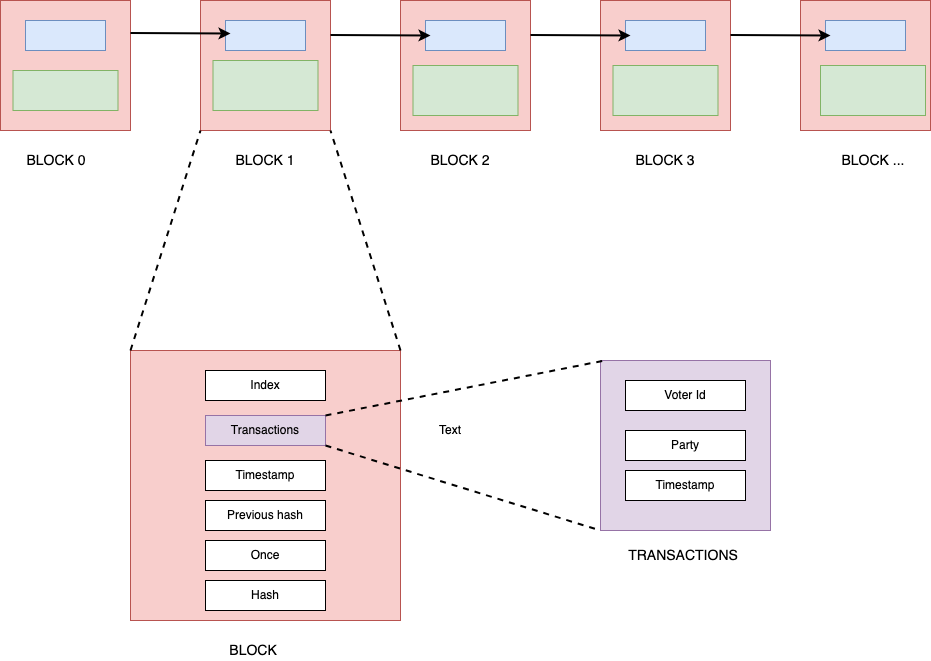
The draw.io diagram screenshots/structure.png in ramesh-adhikari/E-voting-system-using-blockchain-and-python, before a commit. Source tidied: cells renumbered, new cells last; positions are measured from the earlier drawing's top-left corner, leaving out a move shared by most shapes. Source of this version:
```xml
<mxGraphModel>
  <root>
    <mxCell id="0" />
    <mxCell id="1" parent="0" />
    <mxCell id="2" style="whiteSpace=wrap;html=1;fillColor=#f8cecc;strokeColor=#b85450;" parent="1" vertex="1">
      <mxGeometry width="130" height="130" as="geometry" />
    </mxCell>
    <mxCell id="3" style="rounded=0;whiteSpace=wrap;html=1;fillColor=#d5e8d4;strokeColor=#82b366;" parent="1" vertex="1">
      <mxGeometry x="12.5" y="70" width="105" height="40" as="geometry" />
    </mxCell>
    <mxCell id="4" style="rounded=0;whiteSpace=wrap;html=1;fillColor=#dae8fc;strokeColor=#6c8ebf;" parent="1" vertex="1">
      <mxGeometry x="25" y="20" width="80" height="30" as="geometry" />
    </mxCell>
    <mxCell id="5" style="whiteSpace=wrap;html=1;fillColor=#f8cecc;strokeColor=#b85450;" parent="1" vertex="1">
      <mxGeometry x="200" width="130" height="130" as="geometry" />
    </mxCell>
    <mxCell id="6" style="rounded=0;whiteSpace=wrap;html=1;fillColor=#d5e8d4;strokeColor=#82b366;" parent="1" vertex="1">
      <mxGeometry x="212.5" y="60" width="105" height="50" as="geometry" />
    </mxCell>
    <mxCell id="7" style="rounded=0;whiteSpace=wrap;html=1;fillColor=#dae8fc;strokeColor=#6c8ebf;" parent="1" vertex="1">
      <mxGeometry x="225" y="20" width="80" height="30" as="geometry" />
    </mxCell>
    <mxCell id="8" style="whiteSpace=wrap;html=1;fillColor=#f8cecc;strokeColor=#b85450;" parent="1" vertex="1">
      <mxGeometry x="400" width="130" height="130" as="geometry" />
    </mxCell>
    <mxCell id="9" style="rounded=0;whiteSpace=wrap;html=1;fillColor=#d5e8d4;strokeColor=#82b366;" parent="1" vertex="1">
      <mxGeometry x="412.5" y="65" width="105" height="50" as="geometry" />
    </mxCell>
    <mxCell id="10" style="rounded=0;whiteSpace=wrap;html=1;fillColor=#dae8fc;strokeColor=#6c8ebf;" parent="1" vertex="1">
      <mxGeometry x="425" y="20" width="80" height="30" as="geometry" />
    </mxCell>
    <mxCell id="11" style="whiteSpace=wrap;html=1;fillColor=#f8cecc;strokeColor=#b85450;" parent="1" vertex="1">
      <mxGeometry x="600" width="130" height="130" as="geometry" />
    </mxCell>
    <mxCell id="12" style="rounded=0;whiteSpace=wrap;html=1;fillColor=#d5e8d4;strokeColor=#82b366;" parent="1" vertex="1">
      <mxGeometry x="612.5" y="65" width="105" height="50" as="geometry" />
    </mxCell>
    <mxCell id="13" style="rounded=0;whiteSpace=wrap;html=1;fillColor=#dae8fc;strokeColor=#6c8ebf;" parent="1" vertex="1">
      <mxGeometry x="625" y="20" width="80" height="30" as="geometry" />
    </mxCell>
    <mxCell id="14" style="whiteSpace=wrap;html=1;fillColor=#f8cecc;strokeColor=#b85450;" parent="1" vertex="1">
      <mxGeometry x="800" width="130" height="130" as="geometry" />
    </mxCell>
    <mxCell id="15" style="rounded=0;whiteSpace=wrap;html=1;fillColor=#d5e8d4;strokeColor=#82b366;" parent="1" vertex="1">
      <mxGeometry x="820" y="65" width="105" height="50" as="geometry" />
    </mxCell>
    <mxCell id="16" style="rounded=0;whiteSpace=wrap;html=1;fillColor=#dae8fc;strokeColor=#6c8ebf;" parent="1" vertex="1">
      <mxGeometry x="825" y="20" width="80" height="30" as="geometry" />
    </mxCell>
    <mxCell id="17" value="&lt;font style=&quot;font-size: 14px&quot;&gt;BLOCK 0&lt;/font&gt;" style="text;html=1;strokeColor=none;fillColor=none;align=center;verticalAlign=middle;whiteSpace=wrap;rounded=0;" parent="1" vertex="1">
      <mxGeometry x="21" y="150" width="70" height="20" as="geometry" />
    </mxCell>
    <mxCell id="18" value="&lt;font style=&quot;font-size: 14px&quot;&gt;BLOCK 1&lt;/font&gt;" style="text;html=1;strokeColor=none;fillColor=none;align=center;verticalAlign=middle;whiteSpace=wrap;rounded=0;" parent="1" vertex="1">
      <mxGeometry x="230" y="150" width="70" height="20" as="geometry" />
    </mxCell>
    <mxCell id="19" value="&lt;font style=&quot;font-size: 14px&quot;&gt;BLOCK 2&lt;/font&gt;" style="text;html=1;strokeColor=none;fillColor=none;align=center;verticalAlign=middle;whiteSpace=wrap;rounded=0;" parent="1" vertex="1">
      <mxGeometry x="425" y="150" width="70" height="20" as="geometry" />
    </mxCell>
    <mxCell id="20" value="&lt;font style=&quot;font-size: 14px&quot;&gt;BLOCK 3&lt;/font&gt;" style="text;html=1;strokeColor=none;fillColor=none;align=center;verticalAlign=middle;whiteSpace=wrap;rounded=0;" parent="1" vertex="1">
      <mxGeometry x="630" y="150" width="70" height="20" as="geometry" />
    </mxCell>
    <mxCell id="21" value="&lt;font style=&quot;font-size: 14px&quot;&gt;BLOCK ...&lt;/font&gt;" style="text;html=1;strokeColor=none;fillColor=none;align=center;verticalAlign=middle;whiteSpace=wrap;rounded=0;" parent="1" vertex="1">
      <mxGeometry x="837.5" y="150" width="70" height="20" as="geometry" />
    </mxCell>
    <mxCell id="22" style="endArrow=classic;html=1;exitX=1;exitY=0.25;exitDx=0;exitDy=0;jumpSize=9;strokeWidth=2;" parent="1" edge="1" source="2">
      <mxGeometry relative="1" as="geometry">
        <mxPoint x="230" y="33" as="targetPoint" />
      </mxGeometry>
    </mxCell>
    <mxCell id="23" style="endArrow=classic;html=1;exitX=1;exitY=0.25;exitDx=0;exitDy=0;jumpSize=9;strokeWidth=2;" parent="1" edge="1">
      <mxGeometry relative="1" as="geometry">
        <mxPoint x="330" y="34.5" as="sourcePoint" />
        <mxPoint x="430" y="35" as="targetPoint" />
      </mxGeometry>
    </mxCell>
    <mxCell id="24" style="endArrow=classic;html=1;exitX=1;exitY=0.25;exitDx=0;exitDy=0;jumpSize=9;strokeWidth=2;" parent="1" edge="1">
      <mxGeometry relative="1" as="geometry">
        <mxPoint x="530" y="34.5" as="sourcePoint" />
        <mxPoint x="630" y="35" as="targetPoint" />
      </mxGeometry>
    </mxCell>
    <mxCell id="25" style="endArrow=classic;html=1;exitX=1;exitY=0.25;exitDx=0;exitDy=0;jumpSize=9;strokeWidth=2;" parent="1" edge="1">
      <mxGeometry relative="1" as="geometry">
        <mxPoint x="730" y="34.5" as="sourcePoint" />
        <mxPoint x="830" y="35" as="targetPoint" />
      </mxGeometry>
    </mxCell>
    <mxCell id="26" style="whiteSpace=wrap;html=1;fillColor=#f8cecc;strokeColor=#b85450;" parent="1" vertex="1">
      <mxGeometry x="130" y="350" width="270" height="270" as="geometry" />
    </mxCell>
    <mxCell id="27" value="Index" style="rounded=0;whiteSpace=wrap;html=1;" parent="1" vertex="1">
      <mxGeometry x="205" y="370" width="120" height="30" as="geometry" />
    </mxCell>
    <mxCell id="28" value="Transactions" style="rounded=0;whiteSpace=wrap;html=1;fillColor=#e1d5e7;strokeColor=#9673a6;" parent="1" vertex="1">
      <mxGeometry x="205" y="415" width="120" height="30" as="geometry" />
    </mxCell>
    <mxCell id="29" value="Timestamp" style="rounded=0;whiteSpace=wrap;html=1;" parent="1" vertex="1">
      <mxGeometry x="205" y="460" width="120" height="30" as="geometry" />
    </mxCell>
    <mxCell id="30" value="Previous hash" style="rounded=0;whiteSpace=wrap;html=1;" parent="1" vertex="1">
      <mxGeometry x="205" y="500" width="120" height="30" as="geometry" />
    </mxCell>
    <mxCell id="31" value="Once" style="rounded=0;whiteSpace=wrap;html=1;" parent="1" vertex="1">
      <mxGeometry x="205" y="540" width="120" height="30" as="geometry" />
    </mxCell>
    <mxCell id="32" value="Hash" style="rounded=0;whiteSpace=wrap;html=1;" parent="1" vertex="1">
      <mxGeometry x="205" y="580" width="120" height="30" as="geometry" />
    </mxCell>
    <mxCell id="33" style="whiteSpace=wrap;html=1;fillColor=#e1d5e7;strokeColor=#9673a6;" parent="1" vertex="1">
      <mxGeometry x="600" y="360" width="170" height="170" as="geometry" />
    </mxCell>
    <mxCell id="34" value="Voter Id" style="rounded=0;whiteSpace=wrap;html=1;" parent="1" vertex="1">
      <mxGeometry x="625" y="380" width="120" height="30" as="geometry" />
    </mxCell>
    <mxCell id="35" value="Party" style="rounded=0;whiteSpace=wrap;html=1;" parent="1" vertex="1">
      <mxGeometry x="625" y="430" width="120" height="30" as="geometry" />
    </mxCell>
    <mxCell id="36" value="Timestamp" style="rounded=0;whiteSpace=wrap;html=1;" parent="1" vertex="1">
      <mxGeometry x="625" y="470" width="120" height="30" as="geometry" />
    </mxCell>
    <mxCell id="37" style="endArrow=none;dashed=1;html=1;strokeWidth=2;exitX=1;exitY=0;exitDx=0;exitDy=0;entryX=0.041;entryY=-0.003;entryDx=0;entryDy=0;entryPerimeter=0;" parent="1" edge="1" source="28" target="33">
      <mxGeometry relative="1" as="geometry" />
    </mxCell>
    <mxCell id="38" style="endArrow=none;dashed=1;html=1;strokeWidth=2;exitX=1;exitY=1;exitDx=0;exitDy=0;" parent="1" edge="1" source="28">
      <mxGeometry relative="1" as="geometry">
        <mxPoint x="600" y="530" as="targetPoint" />
      </mxGeometry>
    </mxCell>
    <mxCell id="39" style="endArrow=none;dashed=1;html=1;strokeWidth=2;entryX=0;entryY=1;entryDx=0;entryDy=0;exitX=0;exitY=0;exitDx=0;exitDy=0;" parent="1" edge="1" source="26" target="5">
      <mxGeometry relative="1" as="geometry" />
    </mxCell>
    <mxCell id="40" style="endArrow=none;dashed=1;html=1;strokeWidth=2;entryX=1;entryY=1;entryDx=0;entryDy=0;exitX=1;exitY=0;exitDx=0;exitDy=0;" parent="1" edge="1" source="26" target="5">
      <mxGeometry relative="1" as="geometry" />
    </mxCell>
    <mxCell id="41" value="Text" style="text;html=1;strokeColor=none;fillColor=none;align=center;verticalAlign=middle;whiteSpace=wrap;rounded=0;" parent="1" vertex="1">
      <mxGeometry x="430" y="420" width="40" height="20" as="geometry" />
    </mxCell>
    <mxCell id="42" value="&lt;font style=&quot;font-size: 14px&quot;&gt;BLOCK&amp;nbsp;&lt;/font&gt;" style="text;html=1;strokeColor=none;fillColor=none;align=center;verticalAlign=middle;whiteSpace=wrap;rounded=0;" parent="1" vertex="1">
      <mxGeometry x="220" y="640" width="70" height="20" as="geometry" />
    </mxCell>
    <mxCell id="43" value="&lt;span style=&quot;font-size: 14px&quot;&gt;TRANSACTIONS&lt;/span&gt;" style="text;html=1;strokeColor=none;fillColor=none;align=center;verticalAlign=middle;whiteSpace=wrap;rounded=0;" parent="1" vertex="1">
      <mxGeometry x="647.5" y="545" width="70" height="20" as="geometry" />
    </mxCell>
  </root>
</mxGraphModel>
```
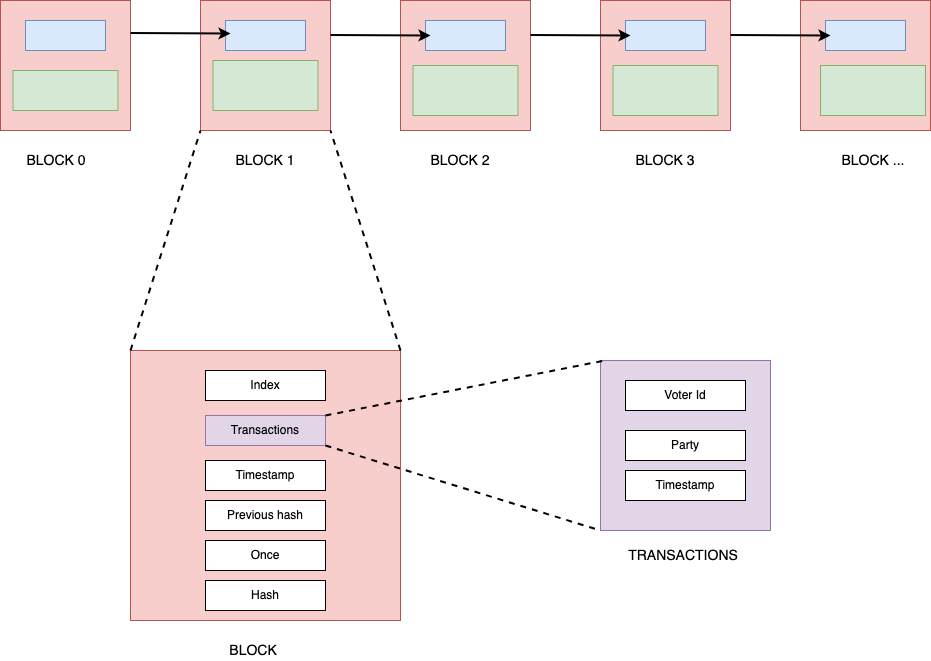
After the commit.

Change to the diagram source:
```diff
@@ -132,9 +132,6 @@
     <mxCell id="40" style="endArrow=none;dashed=1;html=1;strokeWidth=2;entryX=1;entryY=1;entryDx=0;entryDy=0;exitX=1;exitY=0;exitDx=0;exitDy=0;" parent="1" edge="1" source="26" target="5">
       <mxGeometry relative="1" as="geometry" />
     </mxCell>
-    <mxCell id="41" value="Text" style="text;html=1;strokeColor=none;fillColor=none;align=center;verticalAlign=middle;whiteSpace=wrap;rounded=0;" parent="1" vertex="1">
-      <mxGeometry x="430" y="420" width="40" height="20" as="geometry" />
-    </mxCell>
     <mxCell id="42" value="&lt;font style=&quot;font-size: 14px&quot;&gt;BLOCK&amp;nbsp;&lt;/font&gt;" style="text;html=1;strokeColor=none;fillColor=none;align=center;verticalAlign=middle;whiteSpace=wrap;rounded=0;" parent="1" vertex="1">
       <mxGeometry x="220" y="640" width="70" height="20" as="geometry" />
     </mxCell>
```
